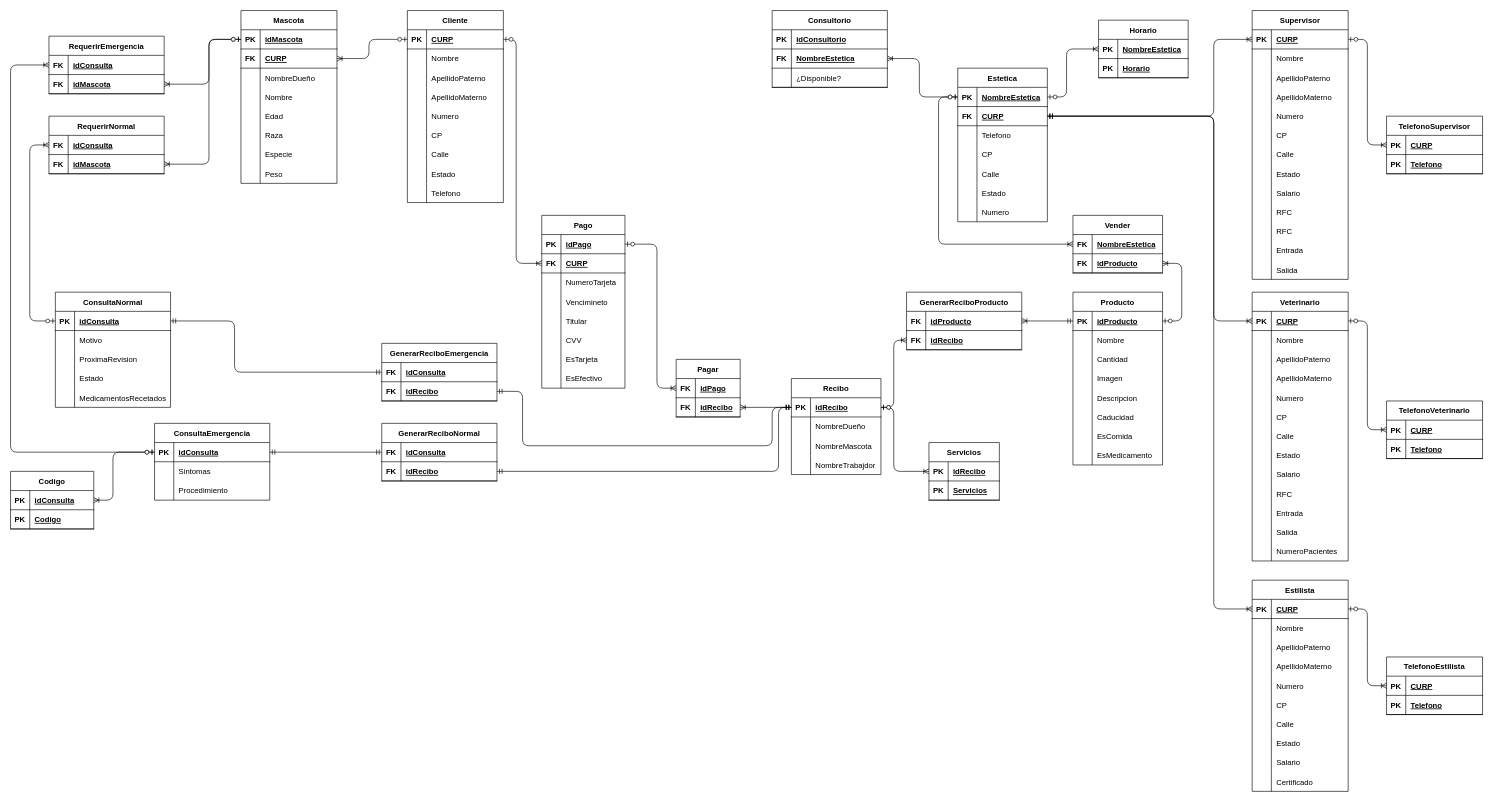
Above: Practica05_DVDSJ/Diagramas/RelacionalDVDSJ.drawio in DavidHdezU/FundamentosBasesDeDatosPracticas (draw.io), before the change. Source tidied: cells renumbered, new cells numbered last; positions are measured from the earlier drawing's top-left corner, leaving out a move shared by most shapes. Both pictures are drawn from the tidied source at 64%, with x=0, y=0 at pixel (10, 10).
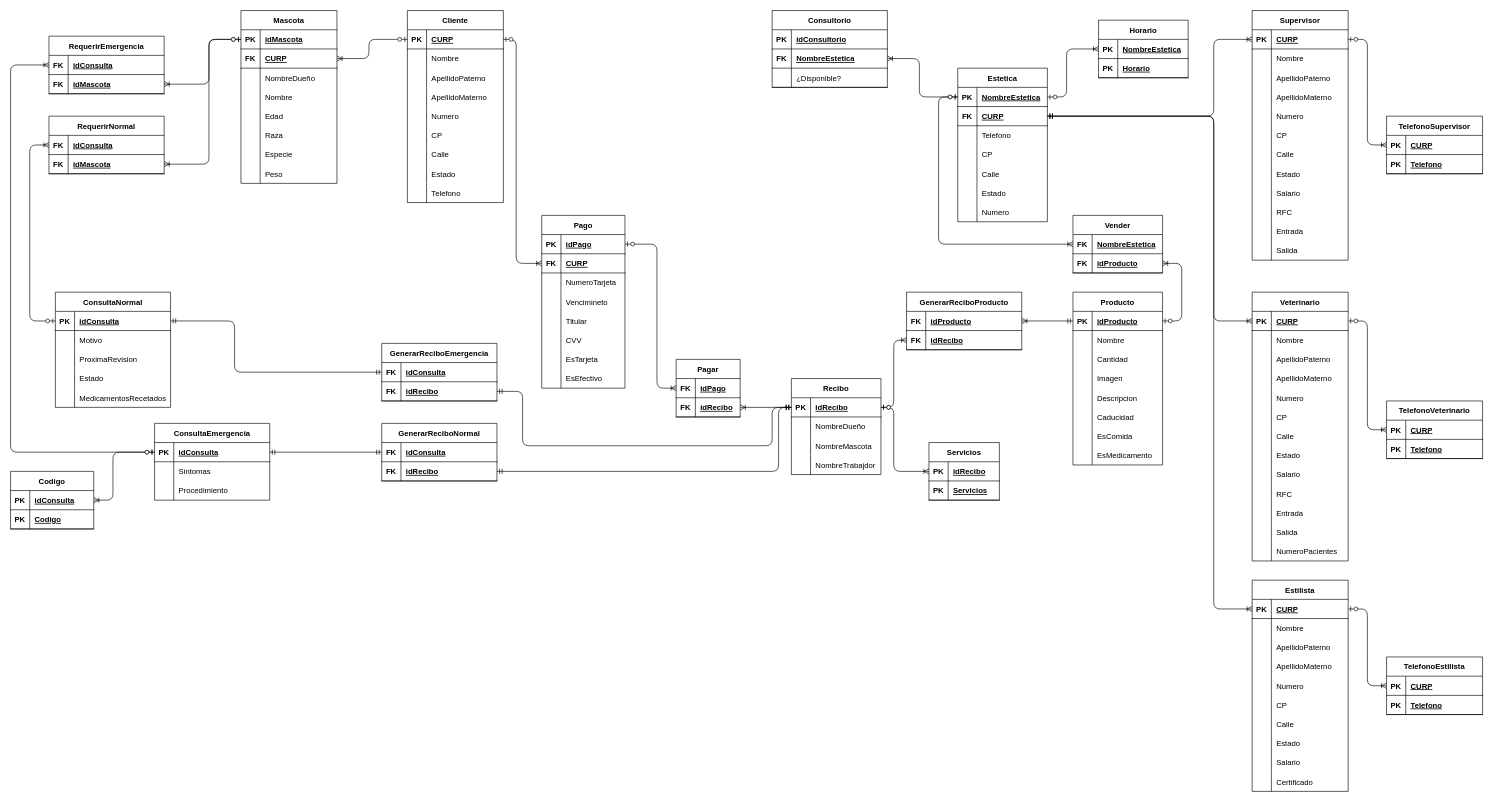
The same page after the edit.

Commit message (it also covers changes not shown here):
Corrigiendo typos

Diff of the diagram source:
```diff
@@
     <mxCell id="30" value="Supervisor" style="shape=table;startSize=30;childLayout=tableLayout;rowLines=0;fontStyle=1;align=center;" parent="1" vertex="1">
-      <mxGeometry x="1940" width="150" height="420" as="geometry" />
+      <mxGeometry x="1940" width="150" height="390" as="geometry" />
     </mxCell>
@@
-    <mxCell id="61" style="shape=partialRectangle;fillColor=none;top=0;left=0;right=0;bottom=0;" parent="30" vertex="1">
-      <mxGeometry y="330" width="150" height="30" as="geometry" />
-    </mxCell>
-    <mxCell id="62" style="shape=partialRectangle;overflow=hidden;fillColor=none;top=0;left=0;bottom=0;right=0;" parent="61" vertex="1">
-      <mxGeometry width="30" height="30" as="geometry" />
-    </mxCell>
-    <mxCell id="63" value="RFC" style="shape=partialRectangle;overflow=hidden;fillColor=none;top=0;left=0;bottom=0;right=0;align=left;spacingLeft=6;" parent="61" vertex="1">
-      <mxGeometry x="30" width="120" height="30" as="geometry" />
-    </mxCell>
     <mxCell id="64" style="shape=partialRectangle;fillColor=none;top=0;left=0;right=0;bottom=0;" parent="30" vertex="1">
-      <mxGeometry y="360" width="150" height="30" as="geometry" />
+      <mxGeometry y="330" width="150" height="30" as="geometry" />
     </mxCell>
@@
     <mxCell id="67" style="shape=partialRectangle;fillColor=none;top=0;left=0;right=0;bottom=0;" parent="30" vertex="1">
-      <mxGeometry y="390" width="150" height="30" as="geometry" />
+      <mxGeometry y="360" width="150" height="30" as="geometry" />
     </mxCell>
```
